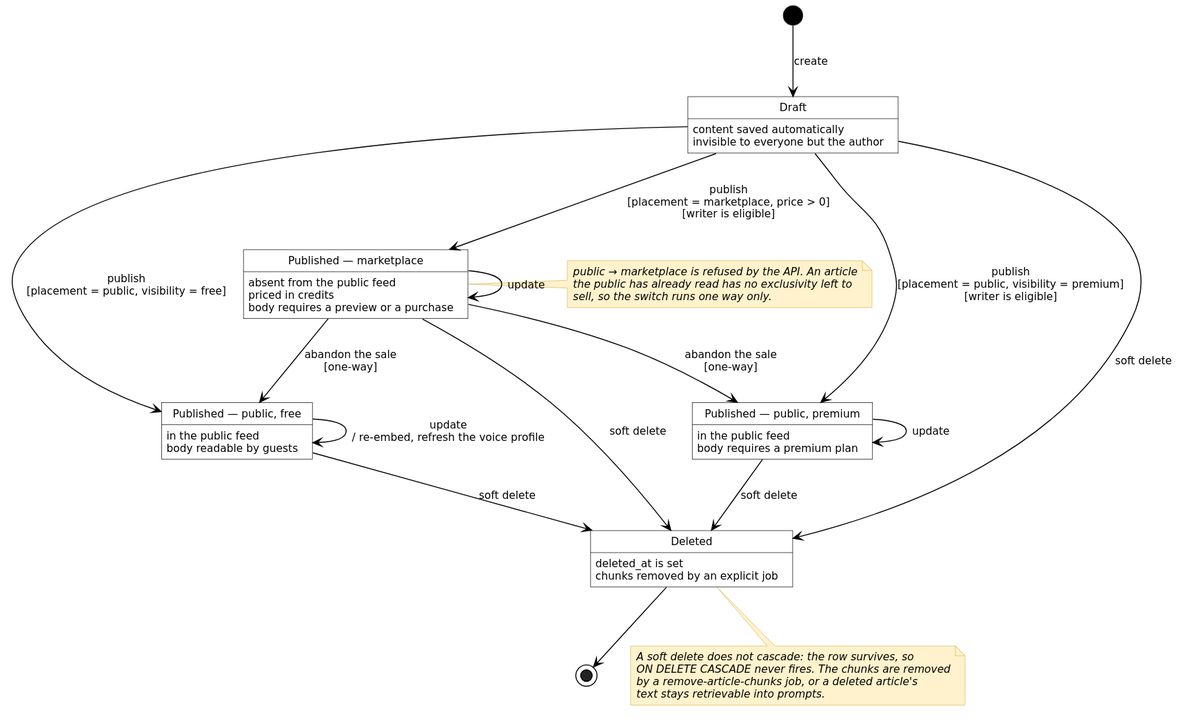
The PlantUML diagram diagrams/fig-6-8-state-article-lifecycle/fig-6-8-state-article-lifecycle.svg in inkwell-dev/spec.inkwell.ai, before a commit.
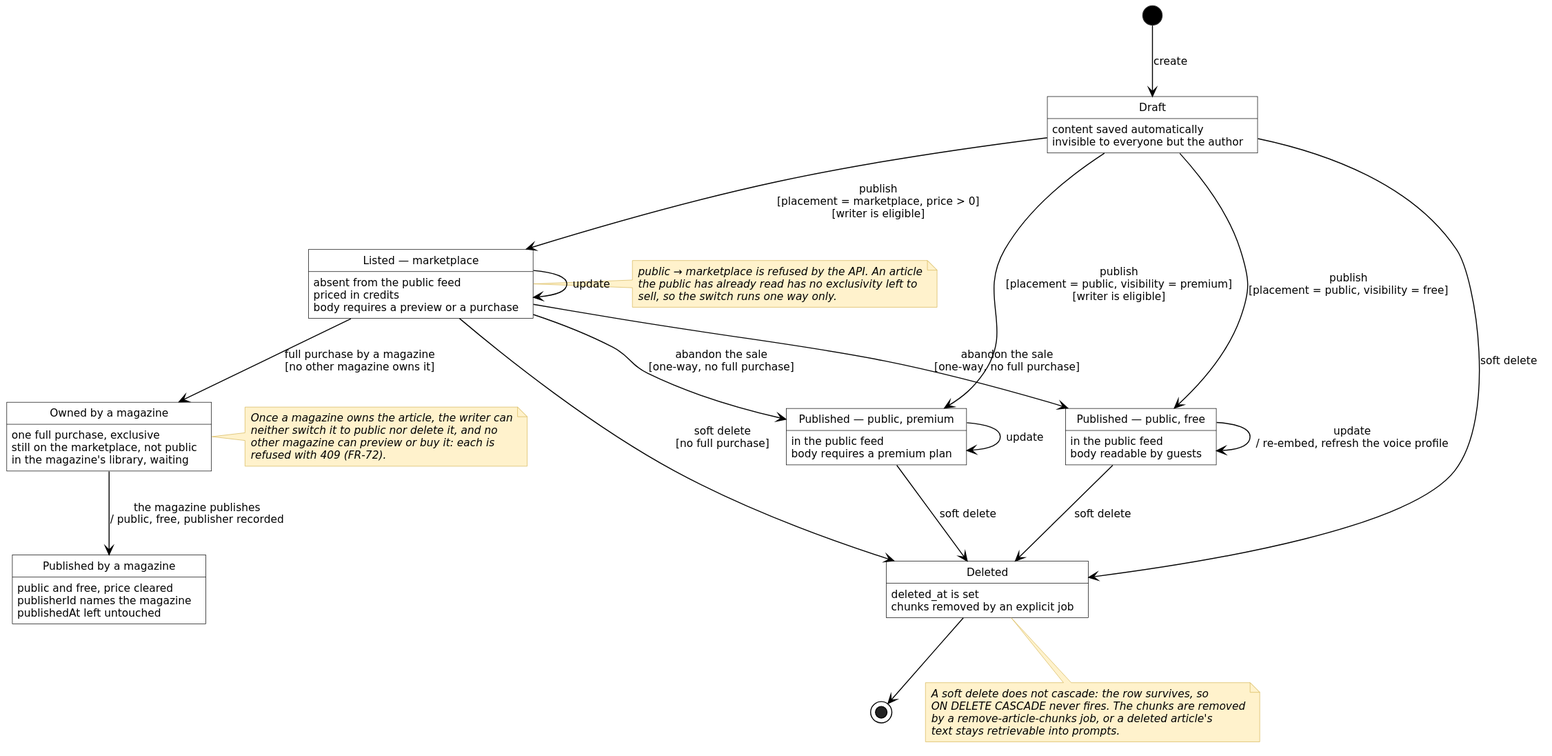
The same diagram one commit later.

Commit message:
docs(diagrams): redraw fig-6-8 with the owned and published marketplace states

The figure had one marketplace state where purchases.service.ts has three. A
listed article becomes owned on its first full purchase, which is exclusive,
and published when the owning magazine publishes it: public and free, price
cleared, publisherId set, publishedAt deliberately untouched (FR-73). Abandoning
the sale and deleting are now guarded by "no full purchase", and a note on the
owned state records the 409 refusals FR-72 adds for the writer and for rival
magazines.

The edit, as a diff of the source:
```diff
@@ -19,10 +19,22 @@
   PubPremium : body requires a premium plan
 }
 
-state "Published — marketplace" as Market {
+state "Listed — marketplace" as Market {
   Market : absent from the public feed
   Market : priced in credits
   Market : body requires a preview or a purchase
+}
+
+state "Owned by a magazine" as Owned {
+  Owned : one full purchase, exclusive
+  Owned : still on the marketplace, not public
+  Owned : in the magazine's library, waiting
+}
+
+state "Published by a magazine" as PubMag {
+  PubMag : public and free, price cleared
+  PubMag : publisherId names the magazine
+  PubMag : publishedAt left untouched
 }
 
 state Deleted {
@@ -38,12 +50,14 @@
 PubPremium --> PubPremium : update
 Market --> Market : update
 
-Market --> PubFree : abandon the sale\n[one-way]
-Market --> PubPremium : abandon the sale\n[one-way]
+Market --> PubFree : abandon the sale\n[one-way, no full purchase]
+Market --> PubPremium : abandon the sale\n[one-way, no full purchase]
+Market --> Owned : full purchase by a magazine\n[no other magazine owns it]
+Owned --> PubMag : the magazine publishes\n/ public, free, publisher recorded
 
 PubFree --> Deleted : soft delete
 PubPremium --> Deleted : soft delete
-Market --> Deleted : soft delete
+Market --> Deleted : soft delete\n[no full purchase]
 Draft --> Deleted : soft delete
 Deleted --> [*]
 
@@ -53,6 +67,13 @@
   sell, so the switch runs one way only.
 end note
 
+note right of Owned
+  Once a magazine owns the article, the writer can
+  neither switch it to public nor delete it, and no
+  other magazine can preview or buy it: each is
+  refused with 409 (FR-72).
+end note
+
 note bottom of Deleted
   A soft delete does not cascade: the row survives, so
   ON DELETE CASCADE never fires. The chunks are removed
```
